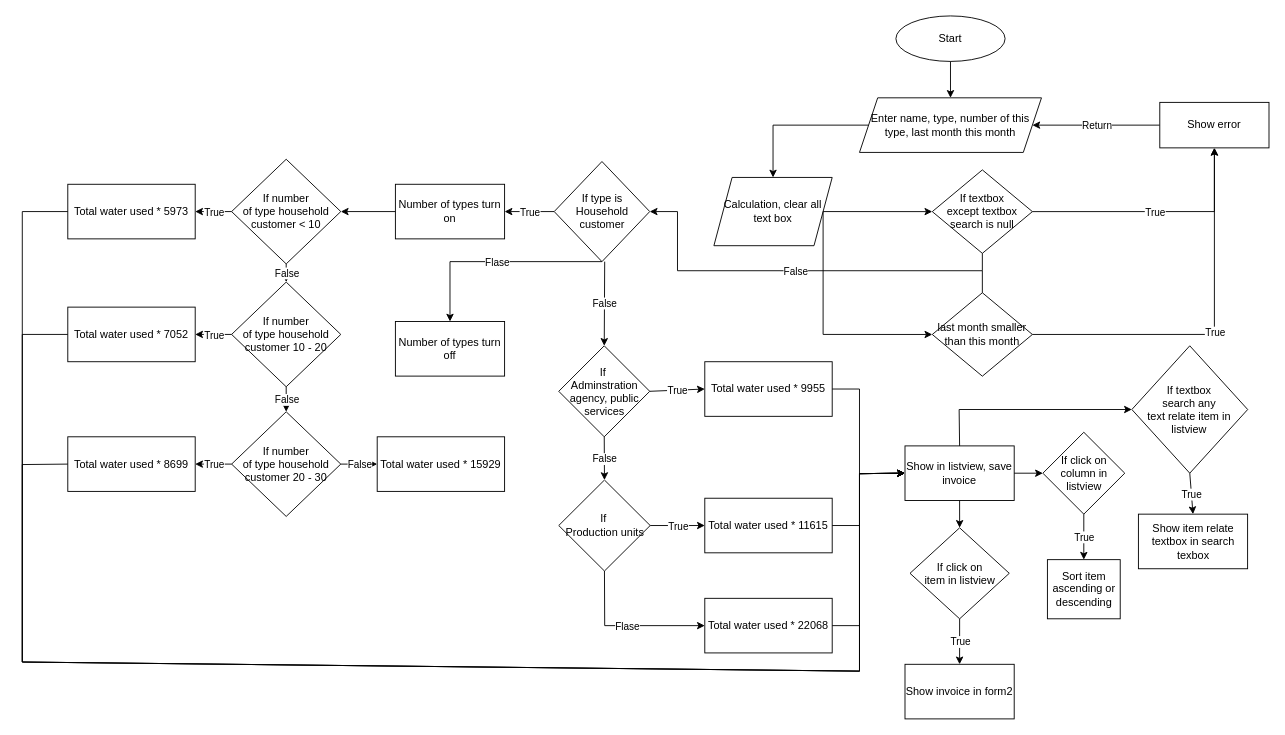
The draw.io diagram App2.drawio in StevenDuy/Flowchart, before the edit. Source tidied: cells renumbered, new cells numbered last; positions are measured from the earlier drawing's top-left corner, leaving out a move shared by most shapes. Both pictures are drawn from the tidied source at 91%, with x=0, y=0 at pixel (22, 15).
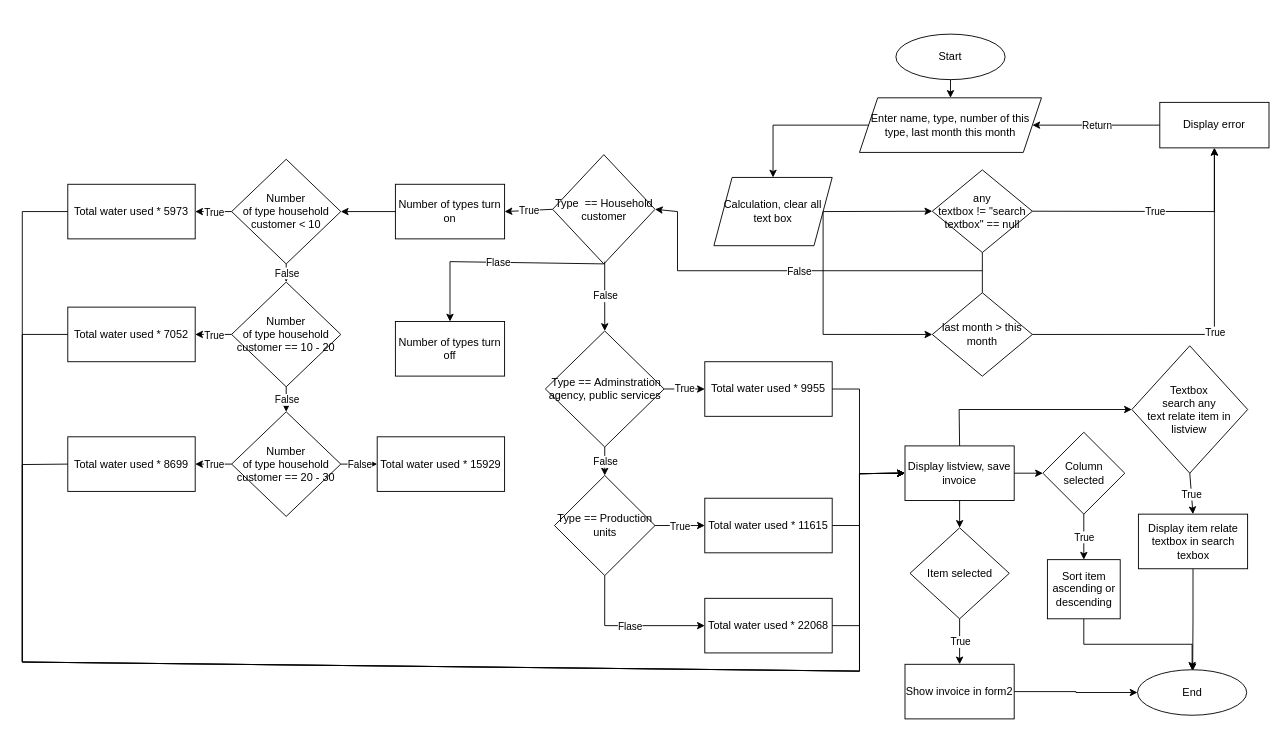
The same diagram, later.

Commit message:
Cập nhật App2.drawio

Unchanged cells that the change refers to:
```xml
<mxCell id="17" value="Sort item ascending or descending" style="rounded=0;whiteSpace=wrap;html=1;" parent="1" vertex="1">
  <mxGeometry x="1126.5" y="597.5" width="80" height="65" as="geometry" />
</mxCell>
<mxCell id="23" value="Show invoice in form2" style="rounded=0;whiteSpace=wrap;html=1;" parent="1" vertex="1">
  <mxGeometry x="970" y="712.5" width="120" height="60" as="geometry" />
</mxCell>
```

What changed in the source:
```diff
@@
     <mxCell id="2" value="Start" style="ellipse;whiteSpace=wrap;html=1;" parent="1" vertex="1">
-      <mxGeometry x="960" width="120" height="50" as="geometry" />
+      <mxGeometry x="960" y="20" width="120" height="50" as="geometry" />
     </mxCell>
@@
-    <mxCell id="5" value="&lt;div&gt;&lt;div&gt;&lt;div&gt;last month smaller than this month&lt;/div&gt;&lt;/div&gt;&lt;/div&gt;" style="rhombus;whiteSpace=wrap;html=1;" parent="1" vertex="1">
+    <mxCell id="5" value="&lt;div&gt;&lt;div&gt;&lt;div&gt;last month &amp;gt; this month&lt;/div&gt;&lt;/div&gt;&lt;/div&gt;" style="rhombus;whiteSpace=wrap;html=1;" parent="1" vertex="1">
       <mxGeometry x="1000" y="304.2" width="110" height="91.7" as="geometry" />
     </mxCell>
@@
-    <mxCell id="8" value="Show error" style="rounded=0;whiteSpace=wrap;html=1;" parent="1" vertex="1">
+    <mxCell id="8" value="Display error" style="rounded=0;whiteSpace=wrap;html=1;" parent="1" vertex="1">
       <mxGeometry x="1250" y="95" width="120" height="50" as="geometry" />
     </mxCell>
@@
-    <mxCell id="11" value="If type is Household customer" style="rhombus;whiteSpace=wrap;html=1;" parent="1" vertex="1">
-      <mxGeometry x="584.5" y="160" width="105" height="110" as="geometry" />
+    <mxCell id="11" value="Type&amp;nbsp; == Household customer" style="rhombus;whiteSpace=wrap;html=1;" parent="1" vertex="1">
+      <mxGeometry x="582.8" y="152.5" width="112.5" height="120" as="geometry" />
     </mxCell>
@@
-    <mxCell id="14" value="Show in listview, save invoice" style="rounded=0;whiteSpace=wrap;html=1;" parent="1" vertex="1">
+    <mxCell id="14" value="Display listview, save invoice" style="rounded=0;whiteSpace=wrap;html=1;" parent="1" vertex="1">
       <mxGeometry x="970" y="472.5" width="120" height="60" as="geometry" />
     </mxCell>
-    <mxCell id="15" value="If click on column in listview" style="rhombus;whiteSpace=wrap;html=1;" parent="1" vertex="1">
+    <mxCell id="15" value="Column selected" style="rhombus;whiteSpace=wrap;html=1;" parent="1" vertex="1">
       <mxGeometry x="1121.5" y="457.5" width="90" height="90" as="geometry" />
     </mxCell>
@@
+    <mxCell id="85" style="edgeStyle=orthogonalEdgeStyle;rounded=0;jettySize=auto;html=1;exitX=0.5;exitY=1;exitDx=0;exitDy=0;entryX=0.5;entryY=0;entryDx=0;entryDy=0;" parent="1" edge="1" source="17" target="88">
+      <mxGeometry relative="1" as="geometry" />
+    </mxCell>
@@
-    <mxCell id="20" value="If click on&lt;div&gt;item in listview&lt;/div&gt;" style="rhombus;whiteSpace=wrap;html=1;" parent="1" vertex="1">
+    <mxCell id="20" value="Item selected" style="rhombus;whiteSpace=wrap;html=1;" parent="1" vertex="1">
       <mxGeometry x="975.5" y="562.5" width="109.1" height="100" as="geometry" />
     </mxCell>
@@
+    <mxCell id="86" style="edgeStyle=orthogonalEdgeStyle;rounded=0;jettySize=auto;html=1;exitX=1;exitY=0.5;exitDx=0;exitDy=0;entryX=0;entryY=0.5;entryDx=0;entryDy=0;" parent="1" edge="1" source="23" target="88">
+      <mxGeometry relative="1" as="geometry" />
+    </mxCell>
@@
-    <mxCell id="25" value="If textbox&lt;div&gt;search any&lt;/div&gt;&lt;div&gt;text relate item in listview&lt;/div&gt;" style="rhombus;whiteSpace=wrap;html=1;" parent="1" vertex="1">
+    <mxCell id="25" value="Textbox&lt;div&gt;search any&lt;/div&gt;&lt;div&gt;text relate item in listview&lt;/div&gt;" style="rhombus;whiteSpace=wrap;html=1;" parent="1" vertex="1">
       <mxGeometry x="1219.3" y="362.5" width="127.3" height="140" as="geometry" />
     </mxCell>
-    <mxCell id="26" value="If textbox&lt;div&gt;except textbox search is null&lt;/div&gt;" style="rhombus;whiteSpace=wrap;html=1;" parent="1" vertex="1">
-      <mxGeometry x="1000" y="169.2" width="110" height="91.7" as="geometry" />
+    <mxCell id="26" value="&lt;span style=&quot;background-color: initial;&quot;&gt;any&lt;/span&gt;&lt;div&gt;&lt;span style=&quot;background-color: initial;&quot;&gt;textbox&amp;nbsp;&lt;/span&gt;&lt;span style=&quot;background-color: initial;&quot;&gt;!= &quot;search textbox&quot; == null&lt;/span&gt;&lt;/div&gt;" style="rhombus;whiteSpace=wrap;html=1;" parent="1" vertex="1">
+      <mxGeometry x="1000" y="169.2" width="110" height="90.8" as="geometry" />
     </mxCell>
@@
+    <mxCell id="87" style="edgeStyle=orthogonalEdgeStyle;rounded=0;jettySize=auto;html=1;exitX=0.5;exitY=1;exitDx=0;exitDy=0;" parent="1" edge="1" source="28">
+      <mxGeometry relative="1" as="geometry">
+        <mxPoint x="1286.1" y="720" as="targetPoint" />
+      </mxGeometry>
+    </mxCell>
-    <mxCell id="28" value="Show item relate textbox in search texbox" style="rounded=0;whiteSpace=wrap;html=1;" parent="1" vertex="1">
+    <mxCell id="28" value="Display item relate textbox in search texbox" style="rounded=0;whiteSpace=wrap;html=1;" parent="1" vertex="1">
       <mxGeometry x="1226.5" y="547.5" width="120" height="60" as="geometry" />
     </mxCell>
@@
-    <mxCell id="31" value="If number&lt;div&gt;of type household customer &amp;lt; 10&lt;/div&gt;" style="rhombus;whiteSpace=wrap;html=1;" parent="1" vertex="1">
+    <mxCell id="31" value="Number&lt;div&gt;of type household customer &amp;lt; 10&lt;/div&gt;" style="rhombus;whiteSpace=wrap;html=1;" parent="1" vertex="1">
       <mxGeometry x="230" y="157.5" width="120" height="115" as="geometry" />
     </mxCell>
@@
-    <mxCell id="33" value="If number&lt;div&gt;of type household customer 10 - 20&lt;/div&gt;" style="rhombus;whiteSpace=wrap;html=1;" parent="1" vertex="1">
+    <mxCell id="33" value="Number&lt;div&gt;of type household customer == 10 - 20&lt;/div&gt;" style="rhombus;whiteSpace=wrap;html=1;" parent="1" vertex="1">
       <mxGeometry x="230" y="292.5" width="120" height="115" as="geometry" />
     </mxCell>
@@
-    <mxCell id="35" value="If number&lt;div&gt;of type household customer 20 - 30&lt;/div&gt;" style="rhombus;whiteSpace=wrap;html=1;" parent="1" vertex="1">
+    <mxCell id="35" value="Number&lt;div&gt;of type household customer == 20 - 30&lt;/div&gt;" style="rhombus;whiteSpace=wrap;html=1;" parent="1" vertex="1">
       <mxGeometry x="230" y="435" width="120" height="115" as="geometry" />
     </mxCell>
@@
-    <mxCell id="50" value="If&amp;nbsp;&lt;div&gt;Adminstration agency, public services&lt;/div&gt;" style="rhombus;whiteSpace=wrap;html=1;" parent="1" vertex="1">
-      <mxGeometry x="589.5" y="362.5" width="100" height="100" as="geometry" />
+    <mxCell id="50" value="&amp;nbsp;Type ==&amp;nbsp;&lt;span style=&quot;background-color: initial;&quot;&gt;Adminstration agency, public services&lt;/span&gt;" style="rhombus;whiteSpace=wrap;html=1;" parent="1" vertex="1">
+      <mxGeometry x="574.8" y="346.2" width="130.5" height="127.5" as="geometry" />
     </mxCell>
@@
-    <mxCell id="66" value="If&amp;nbsp;&lt;div&gt;Production units&lt;/div&gt;" style="rhombus;whiteSpace=wrap;html=1;" parent="1" vertex="1">
-      <mxGeometry x="589.5" y="510" width="100.5" height="100" as="geometry" />
+    <mxCell id="66" value="&lt;span style=&quot;background-color: initial;&quot;&gt;Type == Production units&lt;/span&gt;" style="rhombus;whiteSpace=wrap;html=1;" parent="1" vertex="1">
+      <mxGeometry x="584.8" y="505" width="110.5" height="110" as="geometry" />
     </mxCell>
@@
+    <mxCell id="88" value="End" style="ellipse;whiteSpace=wrap;html=1;" parent="1" vertex="1">
+      <mxGeometry x="1225.5" y="718.5" width="120" height="50" as="geometry" />
+    </mxCell>
```
